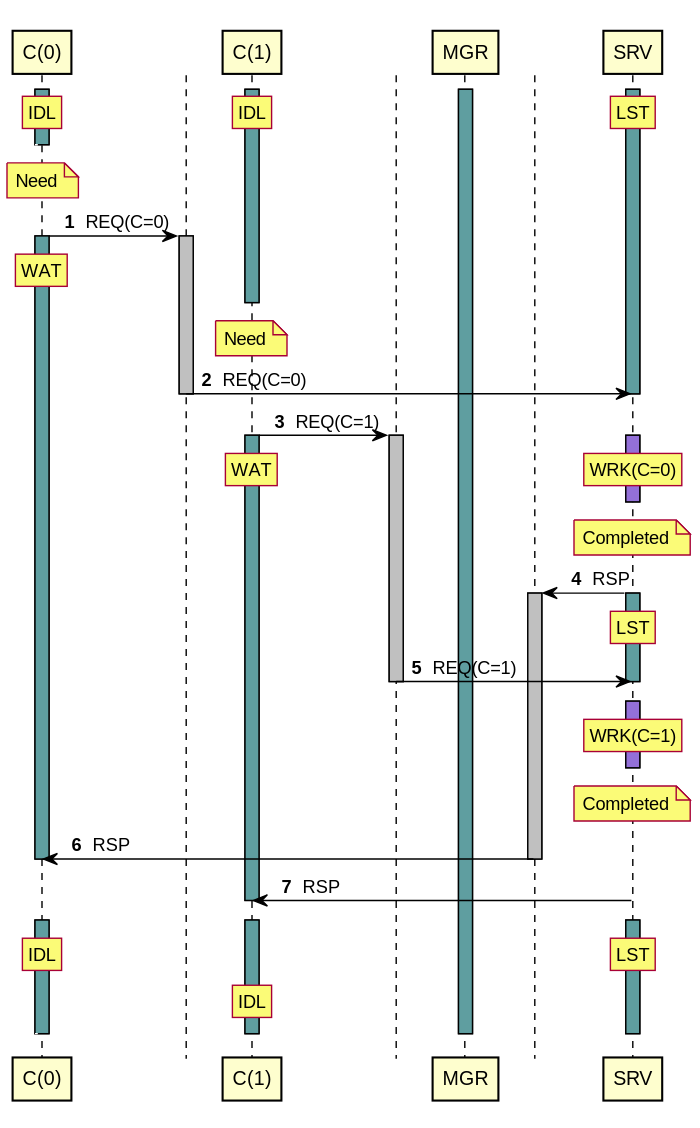
The PlantUML diagram tests/expected/test_managed_clients_server/sequence.svg in orenbenkiki/total-space, before a commit.
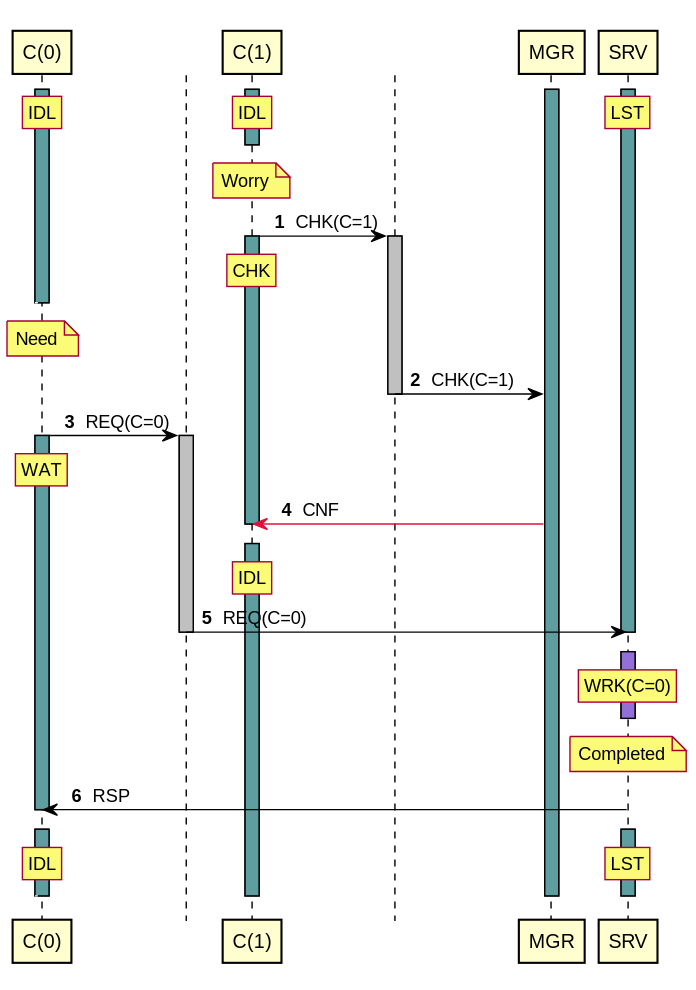
Later version of the same file.

What changed in the source:
```diff
@@ -24,56 +24,47 @@
 autonumber stop
 [<[#White]-- A0
 autonumber resume
-deactivate A0
-note over A0 : Need
-control " " as T0 order 10101
-A0 -> T0 : REQ(C=0)
+deactivate A1
+note over A1 : Worry
+control " " as T0 order 10201
+A1 -> T0 : CHK(C=1)
 activate T0 #Silver
-activate A0 #CadetBlue
-rnote over A0 : WAT
+activate A1 #CadetBlue
+rnote over A1 : CHK
 autonumber stop
 [<[#White]-- A0
 autonumber resume
+deactivate A0
+note over A0 : Need
+T0 -> A2 : CHK(C=1)
+deactivate T0
+control " " as T1 order 10101
+A0 -> T1 : REQ(C=0)
+activate T1 #Silver
+activate A0 #CadetBlue
+rnote over A0 : WAT
+A2 -[#Crimson]> A1 : CNF
 deactivate A1
-note over A1 : Need
-T0 -> A3 : REQ(C=0)
-deactivate T0
-deactivate A3
-control " " as T1 order 10201
-A1 -> T1 : REQ(C=1)
-activate T1 #Silver
-activate A1 #CadetBlue
-activate A3 #MediumPurple
-rnote over A1 : WAT
-/ rnote over A3 : WRK(C=0)
 autonumber stop
 [<[#White]-- A0
 autonumber resume
-deactivate A3
-note over A3 : Completed
-control " " as T2 order 10399
-A3 -> T2 : RSP
-activate T2 #Silver
-activate A3 #CadetBlue
-rnote over A3 : LST
-T1 -> A3 : REQ(C=1)
+activate A1 #CadetBlue
+rnote over A1 : IDL
+T1 -> A3 : REQ(C=0)
 deactivate T1
 deactivate A3
 autonumber stop
 [<[#White]-- A0
 autonumber resume
 activate A3 #MediumPurple
-rnote over A3 : WRK(C=1)
+rnote over A3 : WRK(C=0)
 autonumber stop
 [<[#White]-- A0
 autonumber resume
 deactivate A3
 note over A3 : Completed
-T2 -> A0 : RSP
-deactivate T2
+A3 -> A0 : RSP
 deactivate A0
-A3 -> A1 : RSP
-deactivate A1
 autonumber stop
 [<[#White]-- A0
 autonumber resume
@@ -81,8 +72,6 @@
 activate A0 #CadetBlue
 rnote over A3 : LST
 / rnote over A0 : IDL
-activate A1 #CadetBlue
-rnote over A1 : IDL
 autonumber stop
 [<[#White]-- A0
 autonumber resume
```
